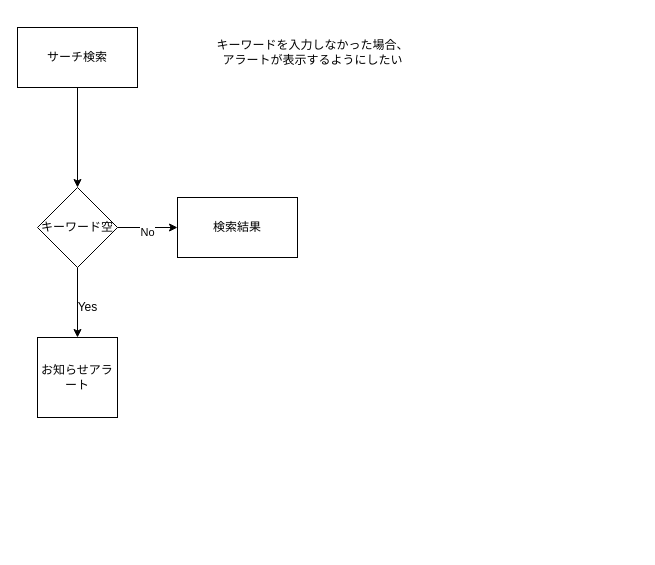
Before: page "ページ1" (1 of 2) of Searchproject/search.drawio in youcan210/intro_git, a draw.io diagram. Source tidied: cells renumbered, new cells numbered last; positions are measured from the earlier drawing's top-left corner, leaving out a move shared by most shapes. Both pictures are drawn from the tidied source at 100%, with x=0, y=0 at pixel (17, 27).
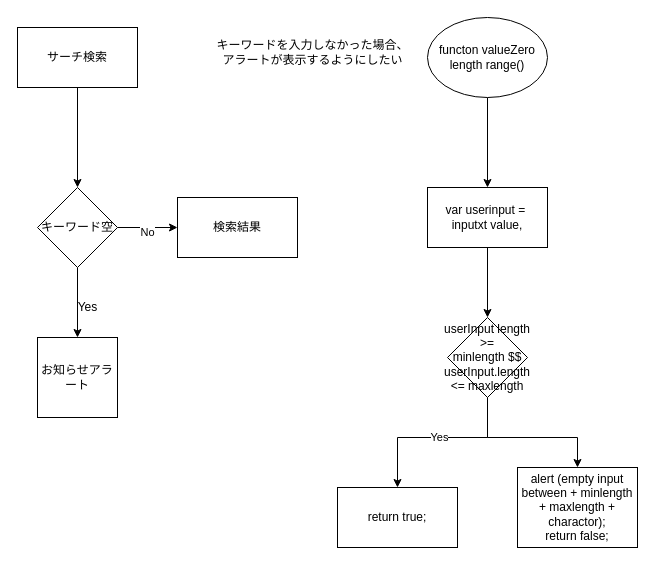
Above is the later version.

Diff of the diagram source:
```diff
@@
+    <mxCell id="12" style="edgeStyle=orthogonalEdgeStyle;rounded=0;jettySize=auto;html=1;" parent="1" edge="1" source="13" target="15">
+      <mxGeometry relative="1" as="geometry" />
+    </mxCell>
+    <mxCell id="13" value="functon valueZero&lt;br&gt;length range()" style="ellipse;whiteSpace=wrap;html=1;" parent="1" vertex="1">
+      <mxGeometry x="410" y="-10" width="120" height="80" as="geometry" />
+    </mxCell>
+    <mxCell id="14" style="edgeStyle=orthogonalEdgeStyle;rounded=0;jettySize=auto;html=1;" parent="1" edge="1" source="15" target="19">
+      <mxGeometry relative="1" as="geometry" />
+    </mxCell>
+    <mxCell id="15" value="var userinput =&amp;nbsp;&lt;br&gt;inputxt value," style="whiteSpace=wrap;html=1;" parent="1" vertex="1">
+      <mxGeometry x="410" y="160" width="120" height="60" as="geometry" />
+    </mxCell>
+    <mxCell id="16" style="edgeStyle=orthogonalEdgeStyle;rounded=0;jettySize=auto;html=1;" parent="1" edge="1" source="19" target="20">
+      <mxGeometry relative="1" as="geometry">
+        <Array as="points">
+          <mxPoint x="470" y="410" />
+          <mxPoint x="380" y="410" />
+        </Array>
+      </mxGeometry>
+    </mxCell>
+    <mxCell id="17" value="Yes" style="edgeLabel;html=1;align=center;verticalAlign=middle;" parent="16" vertex="1">
+      <mxGeometry x="-0.01" y="-1" relative="1" as="geometry" />
+    </mxCell>
+    <mxCell id="18" style="edgeStyle=orthogonalEdgeStyle;rounded=0;jettySize=auto;html=1;entryX=0.5;entryY=0;entryDx=0;entryDy=0;" parent="1" edge="1" source="19" target="21">
+      <mxGeometry relative="1" as="geometry">
+        <Array as="points">
+          <mxPoint x="470" y="410" />
+          <mxPoint x="560" y="410" />
+        </Array>
+      </mxGeometry>
+    </mxCell>
+    <mxCell id="19" value="userInput length &amp;gt;=&lt;br&gt;minlength $$&lt;br&gt;userInput.length&lt;br&gt;&amp;lt;= maxlength" style="rhombus;whiteSpace=wrap;html=1;" parent="1" vertex="1">
+      <mxGeometry x="430" y="290" width="80" height="80" as="geometry" />
+    </mxCell>
+    <mxCell id="20" value="return true;" style="whiteSpace=wrap;html=1;" parent="1" vertex="1">
+      <mxGeometry x="320" y="460" width="120" height="60" as="geometry" />
+    </mxCell>
+    <mxCell id="21" value="alert (empty input between + minlength + maxlength + charactor);&lt;br&gt;return false;" style="whiteSpace=wrap;html=1;" parent="1" vertex="1">
+      <mxGeometry x="500" y="440" width="120" height="80" as="geometry" />
+    </mxCell>
```
